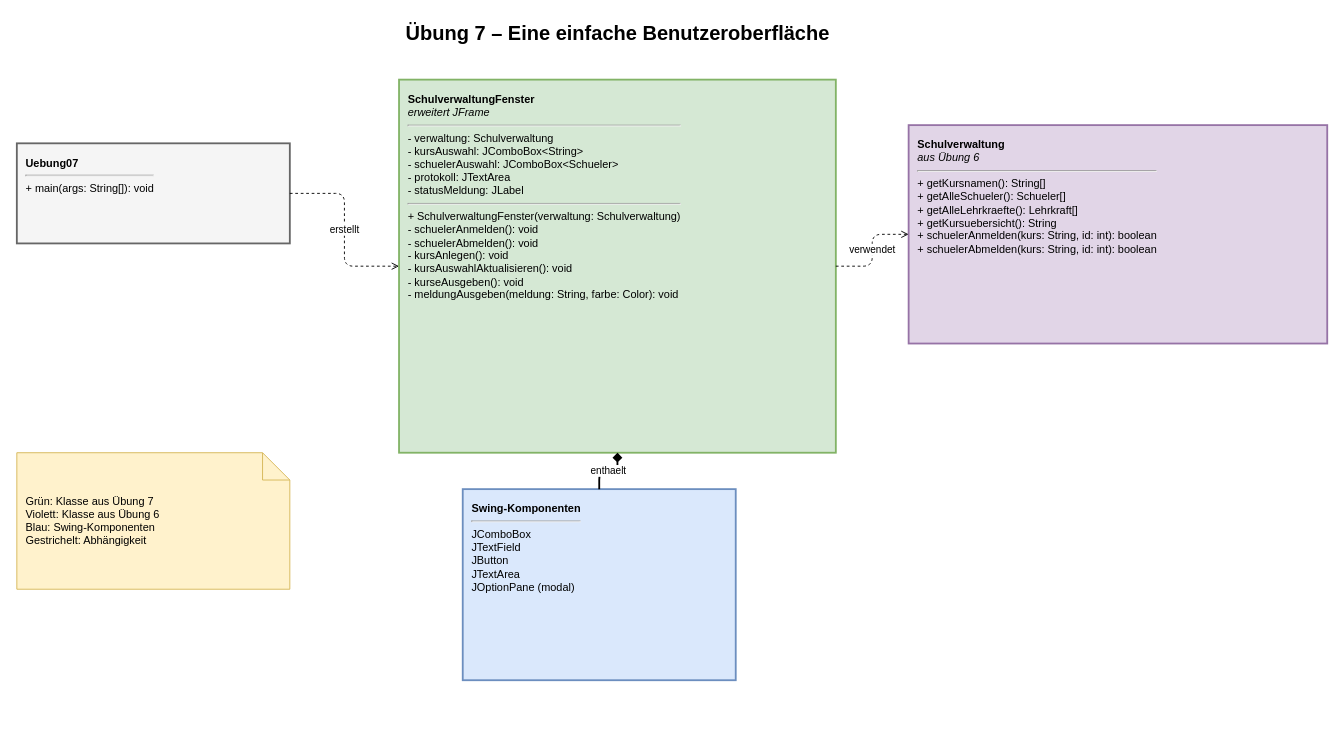
thehahue/oop keeps this draw.io diagram as diagramme/uebung07_benutzeroberflaeche.drawio. Above is the earlier version. Source tidied: cells renumbered, new cells numbered last; positions are measured from the earlier drawing's top-left corner, leaving out a move shared by most shapes. Both pictures are drawn from the tidied source at 91%, with x=0, y=0 at pixel (16, 15).
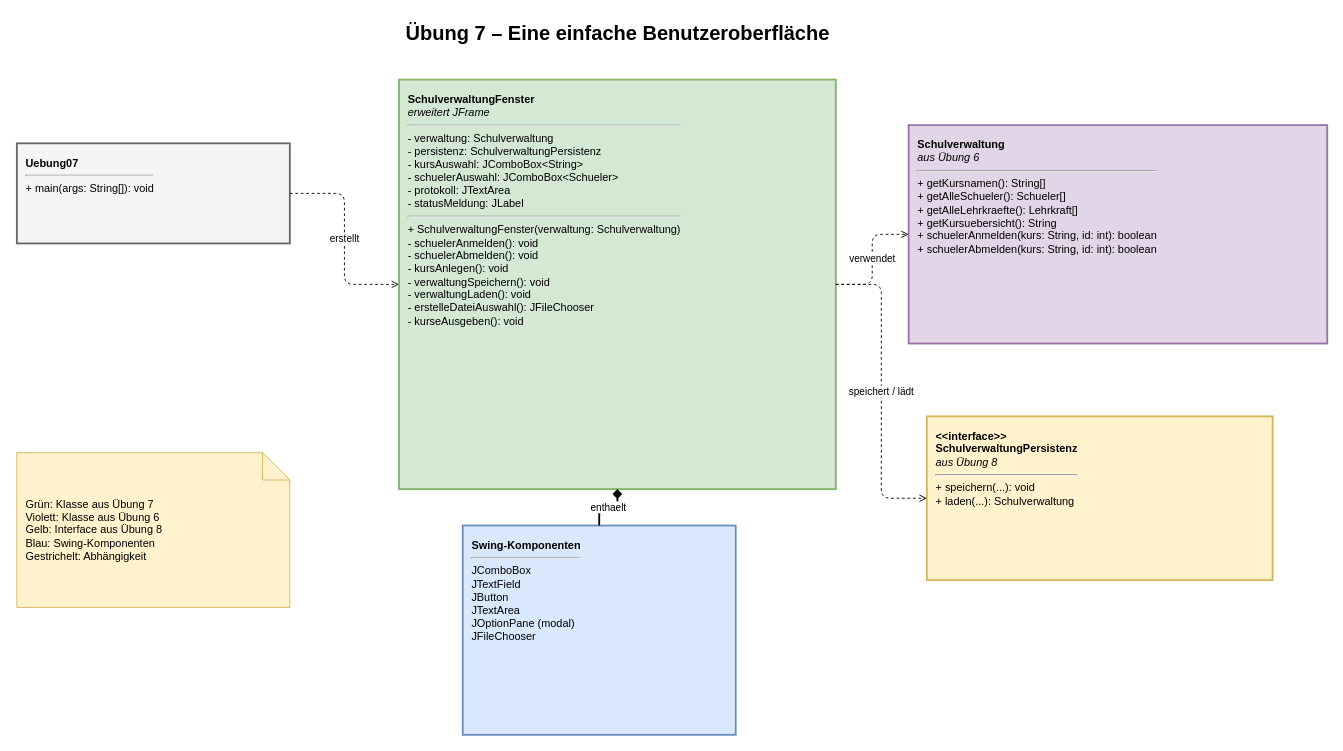
After the change.

Commit message (it also covers changes not shown here):
Dateiauswahl zum Speichern und Laden ergänzen

Change to the diagram source:
```diff
@@
 <mxGraphModel>
   <root>
     <mxCell id="0" />
     <mxCell id="1" parent="0" />
     <mxCell id="2" value="Übung 7 – Eine einfache Benutzeroberfläche" style="text;html=1;align=center;fontSize=22;fontStyle=1;" parent="1" vertex="1">
       <mxGeometry x="310" width="700" height="40" as="geometry" />
     </mxCell>
     <mxCell id="3" value="&lt;b&gt;Uebung07&lt;/b&gt;&lt;hr&gt;+ main(args: String[]): void" style="rounded=0;verticalAlign=top;spacingTop=8;html=1;strokeWidth=2;fillColor=#f5f5f5;strokeColor=#666666;align=left;spacingLeft=8;whiteSpace=wrap;" parent="1" vertex="1">
       <mxGeometry y="140" width="300" height="110" as="geometry" />
     </mxCell>
-    <mxCell id="4" value="&lt;b&gt;SchulverwaltungFenster&lt;/b&gt;&lt;br&gt;&lt;i&gt;erweitert JFrame&lt;/i&gt;&lt;hr&gt;- verwaltung: Schulverwaltung&lt;br&gt;- kursAuswahl: JComboBox&amp;lt;String&amp;gt;&lt;br&gt;- schuelerAuswahl: JComboBox&amp;lt;Schueler&amp;gt;&lt;br&gt;- protokoll: JTextArea&lt;br&gt;- statusMeldung: JLabel&lt;hr&gt;+ SchulverwaltungFenster(verwaltung: Schulverwaltung)&lt;br&gt;- schuelerAnmelden(): void&lt;br&gt;- schuelerAbmelden(): void&lt;br&gt;- kursAnlegen(): void&lt;br&gt;- kursAuswahlAktualisieren(): void&lt;br&gt;- kurseAusgeben(): void&lt;br&gt;- meldungAusgeben(meldung: String, farbe: Color): void" style="rounded=0;verticalAlign=top;spacingTop=8;html=1;strokeWidth=2;fillColor=#d5e8d4;strokeColor=#82b366;align=left;spacingLeft=8;whiteSpace=wrap;" parent="1" vertex="1">
-      <mxGeometry x="420" y="70" width="480" height="410" as="geometry" />
+    <mxCell id="4" value="&lt;b&gt;SchulverwaltungFenster&lt;/b&gt;&lt;br&gt;&lt;i&gt;erweitert JFrame&lt;/i&gt;&lt;hr&gt;- verwaltung: Schulverwaltung&lt;br&gt;- persistenz: SchulverwaltungPersistenz&lt;br&gt;- kursAuswahl: JComboBox&amp;lt;String&amp;gt;&lt;br&gt;- schuelerAuswahl: JComboBox&amp;lt;Schueler&amp;gt;&lt;br&gt;- protokoll: JTextArea&lt;br&gt;- statusMeldung: JLabel&lt;hr&gt;+ SchulverwaltungFenster(verwaltung: Schulverwaltung)&lt;br&gt;- schuelerAnmelden(): void&lt;br&gt;- schuelerAbmelden(): void&lt;br&gt;- kursAnlegen(): void&lt;br&gt;- verwaltungSpeichern(): void&lt;br&gt;- verwaltungLaden(): void&lt;br&gt;- erstelleDateiAuswahl(): JFileChooser&lt;br&gt;- kurseAusgeben(): void" style="rounded=0;verticalAlign=top;spacingTop=8;html=1;strokeWidth=2;fillColor=#d5e8d4;strokeColor=#82b366;align=left;spacingLeft=8;whiteSpace=wrap;" parent="1" vertex="1">
+      <mxGeometry x="420" y="70" width="480" height="450" as="geometry" />
     </mxCell>
     <mxCell id="5" value="&lt;b&gt;Schulverwaltung&lt;/b&gt;&lt;br&gt;&lt;i&gt;aus Übung 6&lt;/i&gt;&lt;hr&gt;+ getKursnamen(): String[]&lt;br&gt;+ getAlleSchueler(): Schueler[]&lt;br&gt;+ getAlleLehrkraefte(): Lehrkraft[]&lt;br&gt;+ getKursuebersicht(): String&lt;br&gt;+ schuelerAnmelden(kurs: String, id: int): boolean&lt;br&gt;+ schuelerAbmelden(kurs: String, id: int): boolean" style="rounded=0;verticalAlign=top;spacingTop=8;html=1;strokeWidth=2;fillColor=#e1d5e7;strokeColor=#9673a6;align=left;spacingLeft=8;whiteSpace=wrap;" parent="1" vertex="1">
       <mxGeometry x="980" y="120" width="460" height="240" as="geometry" />
     </mxCell>
-    <mxCell id="6" value="&lt;b&gt;Swing-Komponenten&lt;/b&gt;&lt;hr&gt;JComboBox&lt;br&gt;JTextField&lt;br&gt;JButton&lt;br&gt;JTextArea&lt;br&gt;JOptionPane (modal)" style="rounded=0;verticalAlign=top;spacingTop=8;html=1;strokeWidth=2;fillColor=#dae8fc;strokeColor=#6c8ebf;align=left;spacingLeft=8;whiteSpace=wrap;" parent="1" vertex="1">
-      <mxGeometry x="490" y="520" width="300" height="210" as="geometry" />
+    <mxCell id="6" value="&lt;b&gt;Swing-Komponenten&lt;/b&gt;&lt;hr&gt;JComboBox&lt;br&gt;JTextField&lt;br&gt;JButton&lt;br&gt;JTextArea&lt;br&gt;JOptionPane (modal)&lt;br&gt;JFileChooser" style="rounded=0;verticalAlign=top;spacingTop=8;html=1;strokeWidth=2;fillColor=#dae8fc;strokeColor=#6c8ebf;align=left;spacingLeft=8;whiteSpace=wrap;" parent="1" vertex="1">
+      <mxGeometry x="490" y="560" width="300" height="230" as="geometry" />
     </mxCell>
+    <mxCell id="11" value="&lt;b&gt;&amp;lt;&amp;lt;interface&amp;gt;&amp;gt;&lt;br&gt;SchulverwaltungPersistenz&lt;/b&gt;&lt;br&gt;&lt;i&gt;aus Übung 8&lt;/i&gt;&lt;hr&gt;+ speichern(...): void&lt;br&gt;+ laden(...): Schulverwaltung" style="rounded=0;verticalAlign=top;spacingTop=8;html=1;strokeWidth=2;fillColor=#fff2cc;strokeColor=#d6b656;align=left;spacingLeft=8;whiteSpace=wrap;" parent="1" vertex="1">
+      <mxGeometry x="1000" y="440" width="380" height="180" as="geometry" />
+    </mxCell>
     <mxCell id="7" value="erstellt" style="edgeStyle=orthogonalEdgeStyle;html=1;dashed=1;endArrow=open;endFill=0;" parent="1" edge="1" source="3" target="4">
       <mxGeometry relative="1" as="geometry" />
     </mxCell>
     <mxCell id="8" value="verwendet" style="edgeStyle=orthogonalEdgeStyle;html=1;dashed=1;endArrow=open;endFill=0;" parent="1" edge="1" source="4" target="5">
       <mxGeometry relative="1" as="geometry" />
     </mxCell>
     <mxCell id="9" value="enthaelt" style="edgeStyle=orthogonalEdgeStyle;html=1;startArrow=diamond;startFill=1;endArrow=none;strokeWidth=2;" parent="1" edge="1" source="4" target="6">
       <mxGeometry relative="1" as="geometry" />
     </mxCell>
+    <mxCell id="12" value="speichert / lädt" style="edgeStyle=orthogonalEdgeStyle;html=1;dashed=1;endArrow=open;endFill=0;" parent="1" edge="1" source="4" target="11">
+      <mxGeometry relative="1" as="geometry" />
+    </mxCell>
-    <mxCell id="10" value="Grün: Klasse aus Übung 7&#10;Violett: Klasse aus Übung 6&#10;Blau: Swing-Komponenten&#10;Gestrichelt: Abhängigkeit" style="shape=note;whiteSpace=wrap;html=1;fillColor=#fff2cc;strokeColor=#d6b656;align=left;spacingLeft=8;" parent="1" vertex="1">
-      <mxGeometry y="480" width="300" height="150" as="geometry" />
+    <mxCell id="10" value="Grün: Klasse aus Übung 7&#10;Violett: Klasse aus Übung 6&#10;Gelb: Interface aus Übung 8&#10;Blau: Swing-Komponenten&#10;Gestrichelt: Abhängigkeit" style="shape=note;whiteSpace=wrap;html=1;fillColor=#fff2cc;strokeColor=#d6b656;align=left;spacingLeft=8;" parent="1" vertex="1">
+      <mxGeometry y="480" width="300" height="170" as="geometry" />
     </mxCell>
   </root>
 </mxGraphModel>
```
